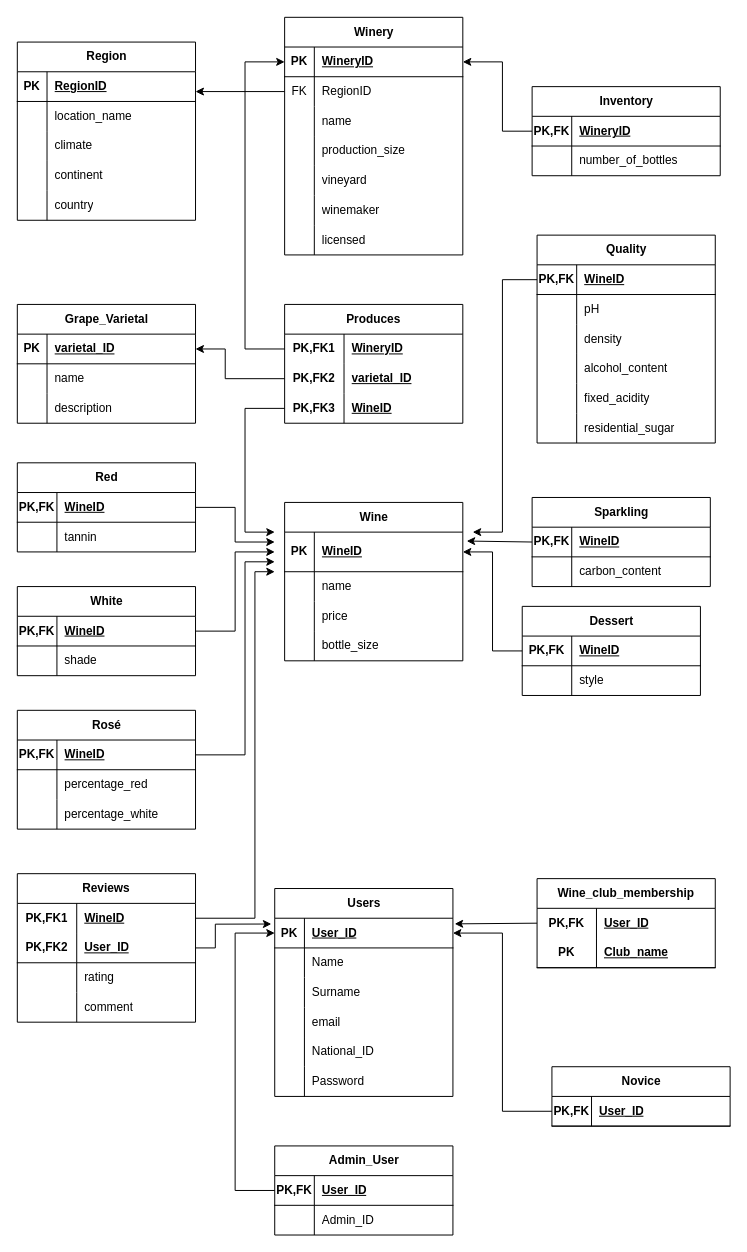
Earlier version of the draw.io diagram Mapping.drawio (Rethakgetse-Manaka/Wine-Registry). Source tidied: cells renumbered, new cells numbered last; positions are measured from the earlier drawing's top-left corner, leaving out a move shared by most shapes. Both pictures are drawn from the tidied source at 99%, with x=0, y=0 at pixel (17, 17).
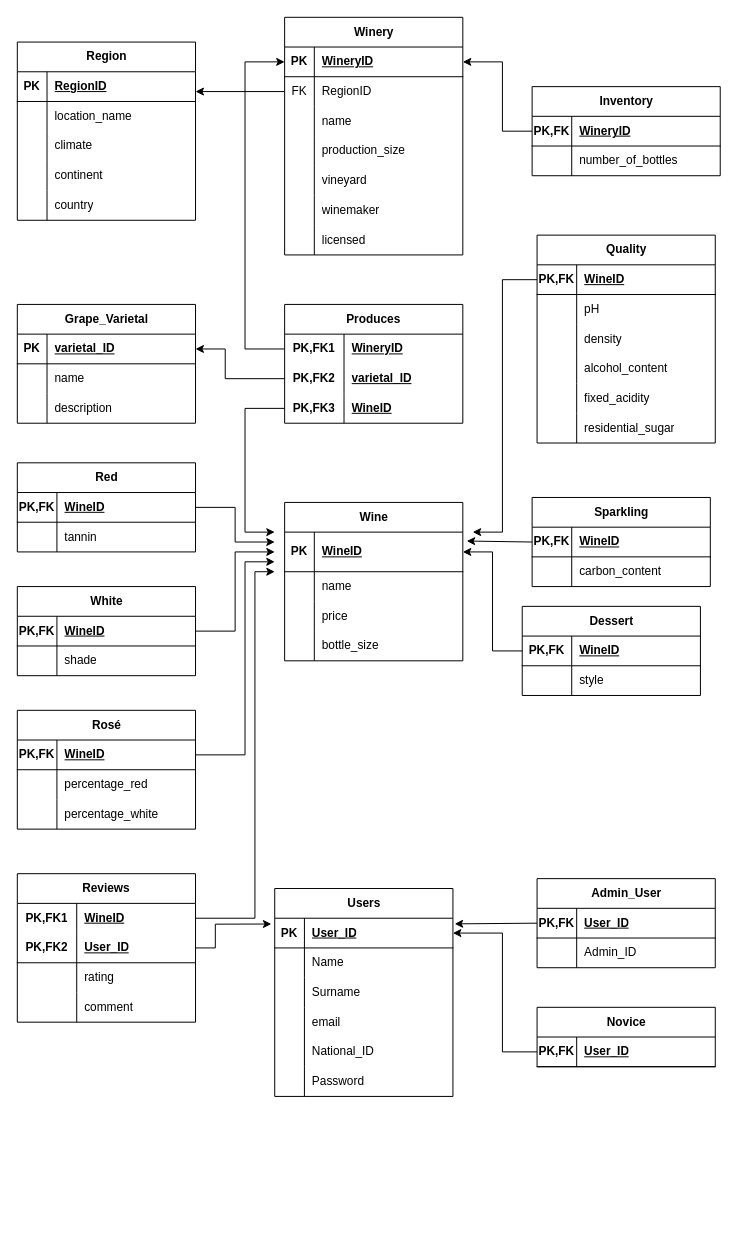
The same diagram, later.

Unchanged cells that the change refers to:
```xml
<mxCell id="90" style="shape=tableRow;horizontal=0;startSize=0;swimlaneHead=0;swimlaneBody=0;fillColor=none;points=[[0,0.5],[1,0.5]];portConstraint=eastwest;top=0;left=0;right=0;bottom=1;" parent="89" vertex="1">
  <mxGeometry y="30" width="180" height="30" as="geometry" />
</mxCell>
<mxCell id="167" style="shape=tableRow;horizontal=0;startSize=0;swimlaneHead=0;swimlaneBody=0;fillColor=none;points=[[0,0.5],[1,0.5]];portConstraint=eastwest;top=0;left=0;right=0;bottom=1;" parent="166" vertex="1">
  <mxGeometry y="30" width="180" height="30" as="geometry" />
</mxCell>
<mxCell id="174" style="shape=tableRow;horizontal=0;startSize=0;swimlaneHead=0;swimlaneBody=0;fillColor=none;points=[[0,0.5],[1,0.5]];portConstraint=eastwest;top=0;left=0;right=0;bottom=1;" parent="173" vertex="1">
  <mxGeometry y="30" width="180" height="30" as="geometry" />
</mxCell>
```

The edit, as a diff of the source:
```diff
@@
-    <mxCell id="108" value="Wine_club_membership" style="shape=table;startSize=30;childLayout=tableLayout;rowLines=0;fontStyle=1;align=center;html=1;whiteSpace=wrap;" parent="1" vertex="1">
-      <mxGeometry x="525" y="870" width="180" height="90" as="geometry" />
-    </mxCell>
-    <mxCell id="109" style="shape=tableRow;horizontal=0;startSize=0;swimlaneHead=0;swimlaneBody=0;fillColor=none;points=[[0,0.5],[1,0.5]];portConstraint=eastwest;top=0;left=0;right=0;bottom=0;html=1;" parent="108" vertex="1">
-      <mxGeometry y="30" width="180" height="30" as="geometry" />
-    </mxCell>
-    <mxCell id="110" value="PK,FK" style="shape=partialRectangle;fillColor=none;top=0;left=0;bottom=0;right=0;fontStyle=1;overflow=hidden;html=1;whiteSpace=wrap;" parent="109" vertex="1">
-      <mxGeometry width="60" height="30" as="geometry" />
-    </mxCell>
-    <mxCell id="111" value="User_ID" style="shape=partialRectangle;fillColor=none;top=0;left=0;bottom=0;right=0;align=left;spacingLeft=6;fontStyle=5;overflow=hidden;html=1;whiteSpace=wrap;" parent="109" vertex="1">
-      <mxGeometry x="60" width="120" height="30" as="geometry" />
-    </mxCell>
-    <mxCell id="112" style="shape=tableRow;horizontal=0;startSize=0;swimlaneHead=0;swimlaneBody=0;fillColor=none;top=0;left=0;right=0;bottom=1;html=1;" parent="108" vertex="1">
-      <mxGeometry y="60" width="180" height="30" as="geometry" />
-    </mxCell>
-    <mxCell id="113" value="PK" style="shape=partialRectangle;fillColor=none;top=0;left=0;bottom=0;right=0;fontStyle=1;overflow=hidden;html=1;whiteSpace=wrap;" parent="112" vertex="1">
-      <mxGeometry width="60" height="30" as="geometry" />
-    </mxCell>
-    <mxCell id="114" value="Club_name" style="shape=partialRectangle;fillColor=none;top=0;left=0;bottom=0;right=0;align=left;spacingLeft=6;fontStyle=5;overflow=hidden;html=1;whiteSpace=wrap;" parent="112" vertex="1">
-      <mxGeometry x="60" width="120" height="30" as="geometry" />
-    </mxCell>
@@
     <mxCell id="166" value="Admin_User" style="shape=table;startSize=30;childLayout=tableLayout;rowLines=0;fontStyle=1;align=center;html=1;" parent="1" vertex="1">
-      <mxGeometry x="260" y="1140" width="180" height="90" as="geometry" />
+      <mxGeometry x="525" y="870" width="180" height="90" as="geometry" />
     </mxCell>
@@
     <mxCell id="173" value="Novice" style="shape=table;startSize=30;childLayout=tableLayout;rowLines=0;fontStyle=1;align=center;html=1;" parent="1" vertex="1">
-      <mxGeometry x="540" y="1060" width="180" height="60" as="geometry" />
+      <mxGeometry x="525" y="1000" width="180" height="60" as="geometry" />
     </mxCell>
@@
     <mxCell id="177" style="endArrow=classic;html=1;rounded=0;exitX=0;exitY=0.5;exitDx=0;exitDy=0;entryX=1;entryY=0.5;entryDx=0;entryDy=0;" parent="1" edge="1" source="174" target="90">
       <mxGeometry relative="1" as="geometry">
         <Array as="points">
-          <mxPoint x="490" y="1105" />
+          <mxPoint x="490" y="1045" />
           <mxPoint x="490" y="925" />
         </Array>
       </mxGeometry>
     </mxCell>
-    <mxCell id="178" style="endArrow=classic;html=1;rounded=0;exitX=0;exitY=0.5;exitDx=0;exitDy=0;entryX=1.01;entryY=0.19;entryDx=0;entryDy=0;entryPerimeter=0;" parent="1" edge="1" source="109" target="90">
-      <mxGeometry relative="1" as="geometry" />
+    <mxCell id="178" style="endArrow=classic;html=1;rounded=0;exitX=0;exitY=0.5;exitDx=0;exitDy=0;entryX=1.01;entryY=0.19;entryDx=0;entryDy=0;entryPerimeter=0;" parent="1" edge="1" target="90">
+      <mxGeometry relative="1" as="geometry">
+        <mxPoint x="525" y="915" as="sourcePoint" />
+      </mxGeometry>
     </mxCell>
-    <mxCell id="179" style="endArrow=classic;html=1;rounded=0;exitX=0;exitY=0.5;exitDx=0;exitDy=0;entryX=0;entryY=0.5;entryDx=0;entryDy=0;" parent="1" edge="1" source="167" target="90">
-      <mxGeometry relative="1" as="geometry">
-        <Array as="points">
-          <mxPoint x="220" y="1185" />
-          <mxPoint x="220" y="925" />
-        </Array>
-      </mxGeometry>
-    </mxCell>
```
